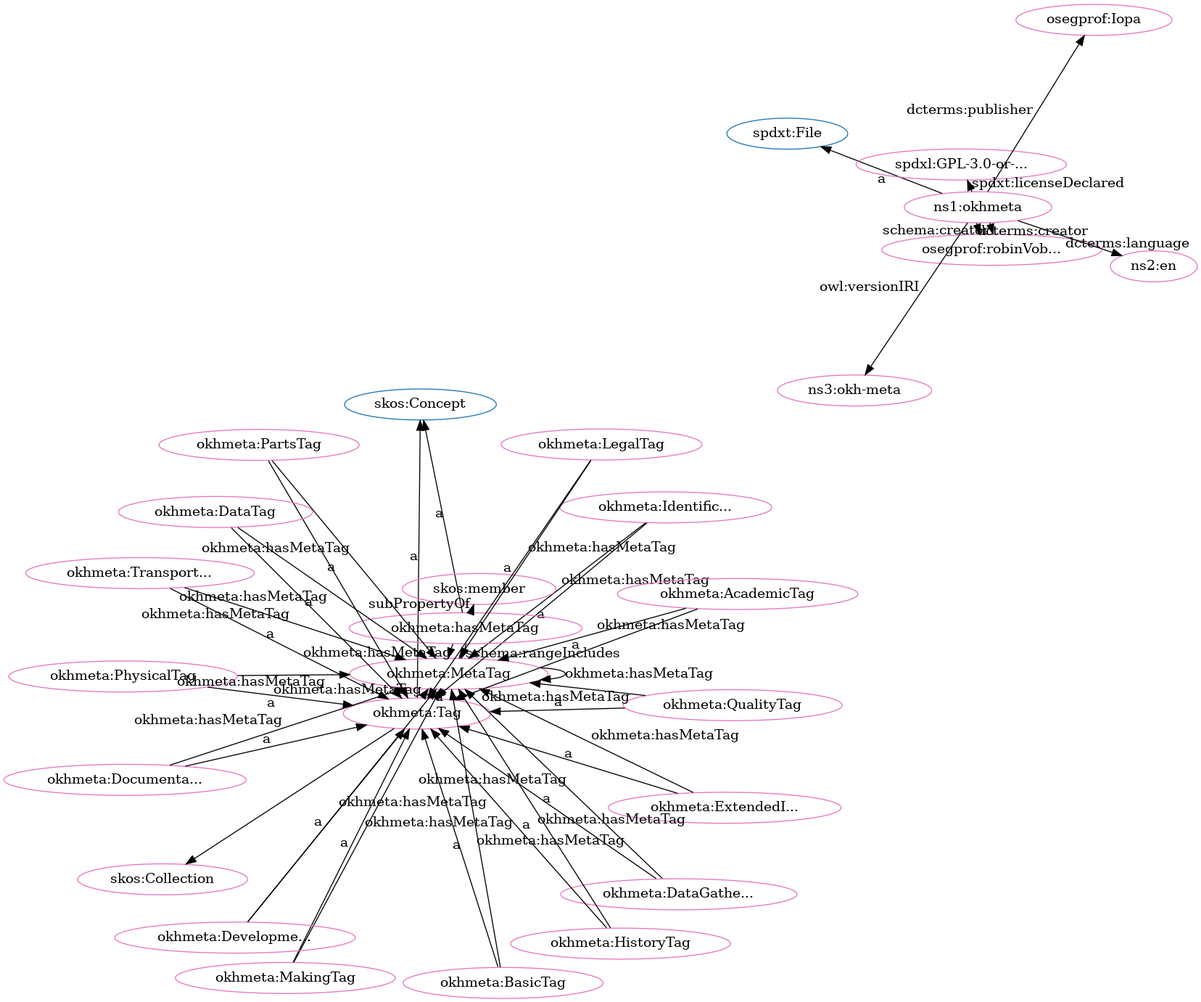
iop-alliance/OpenKnowHow keeps this Graphviz diagram as src/spec/fdp_okh-meta-clean.png. Above is the earlier version. Its source is kept beside it as src/spec/fdp_okh-meta-clean.dot.
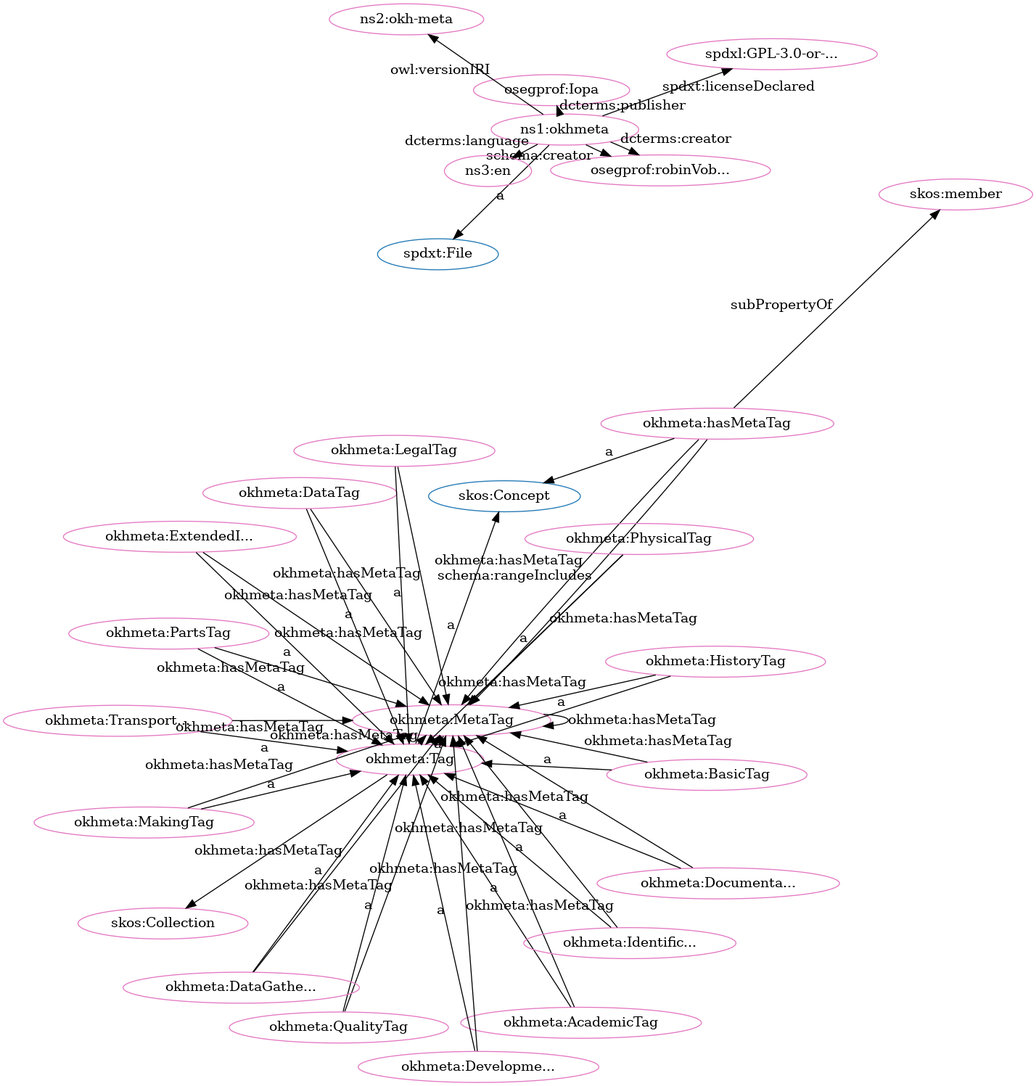
The same diagram one commit later.

What changed in the source:
```diff
@@ -2,80 +2,80 @@
   rankdir=BT
   node[height=.3]
 "http://spdx.org/rdf/terms#File" [fillcolor="#1f77b4" color="#1f77b4" label="spdxt:File"]
-"http://www.w3.org/2004/02/skos/core#Concept" [fillcolor="#1f77b4" color="#1f77b4" label="skos:Concept"]
+"https://w3id.org/oseg/ont/okhmeta#MetaTag" [fillcolor="#1f77b4" color="#1f77b4" label="okhmeta:MetaTag"]
 "https://w3id.org/oseg/ont/okhmeta#Tag" [fillcolor="#1f77b4" color="#1f77b4" label="okhmeta:Tag"]
 "http://www.w3.org/2004/02/skos/core#Collection" [fillcolor="#1f77b4" color="#1f77b4" label="skos:Collection"]
-"https://w3id.org/oseg/ont/okhmeta#MetaTag" [fillcolor="#1f77b4" color="#1f77b4" label="okhmeta:MetaTag"]
-"https://w3id.org/oseg/ont/okhmeta#IdentificationTag" [fillcolor="#e377c2" color="#e377c2" label="okhmeta:Identific..."]
-"https://w3id.org/oseg/ont/okhmeta#hasMetaTag" [fillcolor="#e377c2" color="#e377c2" label="okhmeta:hasMetaTag"]
-"https://w3id.org/oseg/ont/okhmeta#PartsTag" [fillcolor="#e377c2" color="#e377c2" label="okhmeta:PartsTag"]
+"http://www.w3.org/2004/02/skos/core#Concept" [fillcolor="#1f77b4" color="#1f77b4" label="skos:Concept"]
+"https://w3id.org/oseg/ont/okhmeta#Tag" [fillcolor="#e377c2" color="#e377c2" label="okhmeta:Tag"]
 "https://w3id.org/oseg/ont/okhmeta#MetaTag" [fillcolor="#e377c2" color="#e377c2" label="okhmeta:MetaTag"]
-"https://w3id.org/oseg/ont/okhmeta#LegalTag" [fillcolor="#e377c2" color="#e377c2" label="okhmeta:LegalTag"]
-"https://w3id.org/oseg/ont/oseg-profiles#robinVobruba" [fillcolor="#e377c2" color="#e377c2" label="osegprof:robinVob..."]
-"https://w3id.org/oseg/ont/okhmeta#Tag" [fillcolor="#e377c2" color="#e377c2" label="okhmeta:Tag"]
-"https://w3id.org/oseg/ont/okhmeta#MakingTag" [fillcolor="#e377c2" color="#e377c2" label="okhmeta:MakingTag"]
-"https://w3id.org/oseg/ont/okhmeta#QualityTag" [fillcolor="#e377c2" color="#e377c2" label="okhmeta:QualityTag"]
-"http://www.w3.org/2004/02/skos/core#Collection" [fillcolor="#e377c2" color="#e377c2" label="skos:Collection"]
-"https://w3id.org/oseg/ont/okhmeta#DataGatheringTag" [fillcolor="#e377c2" color="#e377c2" label="okhmeta:DataGathe..."]
-"https://w3id.org/oseg/ont/okhmeta#DevelopmentTag" [fillcolor="#e377c2" color="#e377c2" label="okhmeta:Developme..."]
-"https://w3id.org/oseg/ont/okhmeta#AcademicTag" [fillcolor="#e377c2" color="#e377c2" label="okhmeta:AcademicTag"]
 "https://w3id.org/oseg/ont/okhmeta" [fillcolor="#e377c2" color="#e377c2" label="ns1:okhmeta"]
 "https://w3id.org/oseg/ont/okhmeta#DataTag" [fillcolor="#e377c2" color="#e377c2" label="okhmeta:DataTag"]
+"https://w3id.org/oseg/ont/oseg-profiles#robinVobruba" [fillcolor="#e377c2" color="#e377c2" label="osegprof:robinVob..."]
+"https://w3id.org/oseg/ont/okhmeta#PartsTag" [fillcolor="#e377c2" color="#e377c2" label="okhmeta:PartsTag"]
+"https://w3id.org/oseg/ont/okhmeta#ExtendedInfoTag" [fillcolor="#e377c2" color="#e377c2" label="okhmeta:ExtendedI..."]
 "http://www.w3.org/2004/02/skos/core#member" [fillcolor="#e377c2" color="#e377c2" label="skos:member"]
+"https://w3id.org/oseg/ont/okhmeta#AcademicTag" [fillcolor="#e377c2" color="#e377c2" label="okhmeta:AcademicTag"]
+"https://w3id.org/oseg/ont/okhmeta#BasicTag" [fillcolor="#e377c2" color="#e377c2" label="okhmeta:BasicTag"]
+"https://w3id.org/oseg/ont/okhmeta#hasMetaTag" [fillcolor="#e377c2" color="#e377c2" label="okhmeta:hasMetaTag"]
+"https://w3id.org/oseg/ont/okhmeta#QualityTag" [fillcolor="#e377c2" color="#e377c2" label="okhmeta:QualityTag"]
+"https://w3id.org/oseg/ont/oseg-profiles#Iopa" [fillcolor="#e377c2" color="#e377c2" label="osegprof:Iopa"]
+"https://w3id.org/oseg/ont/okhmeta#IdentificationTag" [fillcolor="#e377c2" color="#e377c2" label="okhmeta:Identific..."]
 "https://spdx.org/licenses/GPL-3.0-or-later" [fillcolor="#e377c2" color="#e377c2" label="spdxl:GPL-3.0-or-..."]
-"http://id.loc.gov/vocabulary/iso639-1/en" [fillcolor="#e377c2" color="#e377c2" label="ns2:en"]
-"https://w3id.org/oseg/ont/oseg-profiles#Iopa" [fillcolor="#e377c2" color="#e377c2" label="osegprof:Iopa"]
-"https://w3id.org/oseg/ont/okhmeta#ExtendedInfoTag" [fillcolor="#e377c2" color="#e377c2" label="okhmeta:ExtendedI..."]
-"https://w3id.org/oseg/ont/okhmeta#BasicTag" [fillcolor="#e377c2" color="#e377c2" label="okhmeta:BasicTag"]
+"https://w3id.org/oseg/ont/okhmeta#DevelopmentTag" [fillcolor="#e377c2" color="#e377c2" label="okhmeta:Developme..."]
+"https://w3id.org/oseg/ont/okhmeta#PhysicalTag" [fillcolor="#e377c2" color="#e377c2" label="okhmeta:PhysicalTag"]
 "https://w3id.org/oseg/ont/okhmeta#DocumentationTag" [fillcolor="#e377c2" color="#e377c2" label="okhmeta:Documenta..."]
-"https://w3id.org/oseg/ont/1.1.0/okh-meta" [fillcolor="#e377c2" color="#e377c2" label="ns3:okh-meta"]
-"https://w3id.org/oseg/ont/okhmeta#PhysicalTag" [fillcolor="#e377c2" color="#e377c2" label="okhmeta:PhysicalTag"]
+"https://w3id.org/oseg/ont/okhmeta#MakingTag" [fillcolor="#e377c2" color="#e377c2" label="okhmeta:MakingTag"]
+"http://www.w3.org/2004/02/skos/core#Collection" [fillcolor="#e377c2" color="#e377c2" label="skos:Collection"]
+"https://w3id.org/oseg/ont/1.1.0/okh-meta" [fillcolor="#e377c2" color="#e377c2" label="ns2:okh-meta"]
 "https://w3id.org/oseg/ont/okhmeta#TransportationTag" [fillcolor="#e377c2" color="#e377c2" label="okhmeta:Transport..."]
+"https://w3id.org/oseg/ont/okhmeta#LegalTag" [fillcolor="#e377c2" color="#e377c2" label="okhmeta:LegalTag"]
 "https://w3id.org/oseg/ont/okhmeta#HistoryTag" [fillcolor="#e377c2" color="#e377c2" label="okhmeta:HistoryTag"]
-  "https://w3id.org/oseg/ont/okhmeta#IdentificationTag" -> "https://w3id.org/oseg/ont/okhmeta#Tag" [label="a"]
-  "https://w3id.org/oseg/ont/okhmeta#PartsTag" -> "https://w3id.org/oseg/ont/okhmeta#Tag" [label="a"]
+"http://id.loc.gov/vocabulary/iso639-1/en" [fillcolor="#e377c2" color="#e377c2" label="ns3:en"]
+"https://w3id.org/oseg/ont/okhmeta#DataGatheringTag" [fillcolor="#e377c2" color="#e377c2" label="okhmeta:DataGathe..."]
+  "https://w3id.org/oseg/ont/okhmeta#Tag" -> "http://www.w3.org/2004/02/skos/core#Concept" [label="a"]
+  "https://w3id.org/oseg/ont/okhmeta#DevelopmentTag" -> "https://w3id.org/oseg/ont/okhmeta#MetaTag" [label="okhmeta:hasMetaTag"]
+  "https://w3id.org/oseg/ont/okhmeta" -> "http://spdx.org/rdf/terms#File" [label="a"]
+  "https://w3id.org/oseg/ont/okhmeta#ExtendedInfoTag" -> "https://w3id.org/oseg/ont/okhmeta#Tag" [label="a"]
+  "https://w3id.org/oseg/ont/okhmeta#QualityTag" -> "https://w3id.org/oseg/ont/okhmeta#MetaTag" [label="okhmeta:hasMetaTag"]
+  "https://w3id.org/oseg/ont/okhmeta#hasMetaTag" -> "http://www.w3.org/2004/02/skos/core#member" [label="subPropertyOf"]
+  "https://w3id.org/oseg/ont/okhmeta#AcademicTag" -> "https://w3id.org/oseg/ont/okhmeta#Tag" [label="a"]
+  "https://w3id.org/oseg/ont/okhmeta#BasicTag" -> "https://w3id.org/oseg/ont/okhmeta#Tag" [label="a"]
+  "https://w3id.org/oseg/ont/okhmeta#IdentificationTag" -> "https://w3id.org/oseg/ont/okhmeta#MetaTag" [label="okhmeta:hasMetaTag"]
+  "https://w3id.org/oseg/ont/okhmeta" -> "https://w3id.org/oseg/ont/oseg-profiles#robinVobruba" [label="dcterms:creator"]
+  "https://w3id.org/oseg/ont/okhmeta#HistoryTag" -> "https://w3id.org/oseg/ont/okhmeta#MetaTag" [label="okhmeta:hasMetaTag"]
+  "https://w3id.org/oseg/ont/okhmeta" -> "https://w3id.org/oseg/ont/oseg-profiles#Iopa" [label="dcterms:publisher"]
+  "https://w3id.org/oseg/ont/okhmeta#hasMetaTag" -> "https://w3id.org/oseg/ont/okhmeta#MetaTag" [label="schema:rangeIncludes"]
+  "https://w3id.org/oseg/ont/okhmeta#DocumentationTag" -> "https://w3id.org/oseg/ont/okhmeta#Tag" [label="a"]
+  "https://w3id.org/oseg/ont/okhmeta#MakingTag" -> "https://w3id.org/oseg/ont/okhmeta#Tag" [label="a"]
+  "https://w3id.org/oseg/ont/okhmeta#DataTag" -> "https://w3id.org/oseg/ont/okhmeta#MetaTag" [label="okhmeta:hasMetaTag"]
+  "https://w3id.org/oseg/ont/okhmeta#TransportationTag" -> "https://w3id.org/oseg/ont/okhmeta#Tag" [label="a"]
+  "https://w3id.org/oseg/ont/okhmeta#LegalTag" -> "https://w3id.org/oseg/ont/okhmeta#Tag" [label="a"]
+  "https://w3id.org/oseg/ont/okhmeta#HistoryTag" -> "https://w3id.org/oseg/ont/okhmeta#Tag" [label="a"]
+  "https://w3id.org/oseg/ont/okhmeta#ExtendedInfoTag" -> "https://w3id.org/oseg/ont/okhmeta#MetaTag" [label="okhmeta:hasMetaTag"]
+  "https://w3id.org/oseg/ont/okhmeta#DataGatheringTag" -> "https://w3id.org/oseg/ont/okhmeta#Tag" [label="a"]
+  "https://w3id.org/oseg/ont/okhmeta#DataTag" -> "https://w3id.org/oseg/ont/okhmeta#Tag" [label="a"]
+  "https://w3id.org/oseg/ont/okhmeta#TransportationTag" -> "https://w3id.org/oseg/ont/okhmeta#MetaTag" [label="okhmeta:hasMetaTag"]
   "https://w3id.org/oseg/ont/okhmeta#DocumentationTag" -> "https://w3id.org/oseg/ont/okhmeta#MetaTag" [label="okhmeta:hasMetaTag"]
   "https://w3id.org/oseg/ont/okhmeta" -> "https://w3id.org/oseg/ont/oseg-profiles#robinVobruba" [label="schema:creator"]
+  "https://w3id.org/oseg/ont/okhmeta#PartsTag" -> "https://w3id.org/oseg/ont/okhmeta#Tag" [label="a"]
+  "https://w3id.org/oseg/ont/okhmeta#LegalTag" -> "https://w3id.org/oseg/ont/okhmeta#MetaTag" [label="okhmeta:hasMetaTag"]
+  "https://w3id.org/oseg/ont/okhmeta#hasMetaTag" -> "http://www.w3.org/2004/02/skos/core#Concept" [label="a"]
+  "https://w3id.org/oseg/ont/okhmeta#QualityTag" -> "https://w3id.org/oseg/ont/okhmeta#Tag" [label="a"]
+  "https://w3id.org/oseg/ont/okhmeta#DataGatheringTag" -> "https://w3id.org/oseg/ont/okhmeta#MetaTag" [label="okhmeta:hasMetaTag"]
+  "https://w3id.org/oseg/ont/okhmeta#BasicTag" -> "https://w3id.org/oseg/ont/okhmeta#MetaTag" [label="okhmeta:hasMetaTag"]
+  "https://w3id.org/oseg/ont/okhmeta#PartsTag" -> "https://w3id.org/oseg/ont/okhmeta#MetaTag" [label="okhmeta:hasMetaTag"]
+  "https://w3id.org/oseg/ont/okhmeta#MetaTag" -> "https://w3id.org/oseg/ont/okhmeta#Tag" [label="a"]
+  "https://w3id.org/oseg/ont/okhmeta#MakingTag" -> "https://w3id.org/oseg/ont/okhmeta#MetaTag" [label="okhmeta:hasMetaTag"]
+  "https://w3id.org/oseg/ont/okhmeta" -> "https://spdx.org/licenses/GPL-3.0-or-later" [label="spdxt:licenseDeclared"]
+  "https://w3id.org/oseg/ont/okhmeta#DevelopmentTag" -> "https://w3id.org/oseg/ont/okhmeta#Tag" [label="a"]
+  "https://w3id.org/oseg/ont/okhmeta#PhysicalTag" -> "https://w3id.org/oseg/ont/okhmeta#Tag" [label="a"]
+  "https://w3id.org/oseg/ont/okhmeta#Tag" -> "https://w3id.org/oseg/ont/okhmeta#MetaTag" [label="okhmeta:hasMetaTag"]
+  "https://w3id.org/oseg/ont/okhmeta#Tag" -> "http://www.w3.org/2004/02/skos/core#Collection" [label=""]
+  "https://w3id.org/oseg/ont/okhmeta" -> "https://w3id.org/oseg/ont/1.1.0/okh-meta" [label="owl:versionIRI"]
+  "https://w3id.org/oseg/ont/okhmeta#MetaTag" -> "https://w3id.org/oseg/ont/okhmeta#MetaTag" [label="okhmeta:hasMetaTag"]
+  "https://w3id.org/oseg/ont/okhmeta#hasMetaTag" -> "https://w3id.org/oseg/ont/okhmeta#MetaTag" [label="okhmeta:hasMetaTag"]
+  "https://w3id.org/oseg/ont/okhmeta#AcademicTag" -> "https://w3id.org/oseg/ont/okhmeta#MetaTag" [label="okhmeta:hasMetaTag"]
   "https://w3id.org/oseg/ont/okhmeta#PhysicalTag" -> "https://w3id.org/oseg/ont/okhmeta#MetaTag" [label="okhmeta:hasMetaTag"]
-  "https://w3id.org/oseg/ont/okhmeta#Tag" -> "http://www.w3.org/2004/02/skos/core#Concept" [label="a"]
-  "https://w3id.org/oseg/ont/okhmeta#MakingTag" -> "https://w3id.org/oseg/ont/okhmeta#Tag" [label="a"]
-  "https://w3id.org/oseg/ont/okhmeta#AcademicTag" -> "https://w3id.org/oseg/ont/okhmeta#MetaTag" [label="okhmeta:hasMetaTag"]
-  "https://w3id.org/oseg/ont/okhmeta#DataGatheringTag" -> "https://w3id.org/oseg/ont/okhmeta#Tag" [label="a"]
-  "https://w3id.org/oseg/ont/okhmeta#AcademicTag" -> "https://w3id.org/oseg/ont/okhmeta#Tag" [label="a"]
-  "https://w3id.org/oseg/ont/okhmeta#LegalTag" -> "https://w3id.org/oseg/ont/okhmeta#MetaTag" [label="okhmeta:hasMetaTag"]
-  "https://w3id.org/oseg/ont/okhmeta" -> "http://spdx.org/rdf/terms#File" [label="a"]
-  "https://w3id.org/oseg/ont/okhmeta#BasicTag" -> "https://w3id.org/oseg/ont/okhmeta#MetaTag" [label="okhmeta:hasMetaTag"]
-  "https://w3id.org/oseg/ont/okhmeta" -> "https://spdx.org/licenses/GPL-3.0-or-later" [label="spdxt:licenseDeclared"]
   "https://w3id.org/oseg/ont/okhmeta" -> "http://id.loc.gov/vocabulary/iso639-1/en" [label="dcterms:language"]
-  "https://w3id.org/oseg/ont/okhmeta#QualityTag" -> "https://w3id.org/oseg/ont/okhmeta#MetaTag" [label="okhmeta:hasMetaTag"]
-  "https://w3id.org/oseg/ont/okhmeta#DocumentationTag" -> "https://w3id.org/oseg/ont/okhmeta#Tag" [label="a"]
-  "https://w3id.org/oseg/ont/okhmeta#PhysicalTag" -> "https://w3id.org/oseg/ont/okhmeta#Tag" [label="a"]
-  "https://w3id.org/oseg/ont/okhmeta#DataGatheringTag" -> "https://w3id.org/oseg/ont/okhmeta#MetaTag" [label="okhmeta:hasMetaTag"]
-  "https://w3id.org/oseg/ont/okhmeta" -> "https://w3id.org/oseg/ont/oseg-profiles#robinVobruba" [label="dcterms:creator"]
-  "https://w3id.org/oseg/ont/okhmeta#hasMetaTag" -> "http://www.w3.org/2004/02/skos/core#Concept" [label="a"]
-  "https://w3id.org/oseg/ont/okhmeta#Tag" -> "https://w3id.org/oseg/ont/okhmeta#MetaTag" [label="okhmeta:hasMetaTag"]
-  "https://w3id.org/oseg/ont/okhmeta#LegalTag" -> "https://w3id.org/oseg/ont/okhmeta#Tag" [label="a"]
-  "https://w3id.org/oseg/ont/okhmeta#MetaTag" -> "https://w3id.org/oseg/ont/okhmeta#MetaTag" [label="okhmeta:hasMetaTag"]
-  "https://w3id.org/oseg/ont/okhmeta#MakingTag" -> "https://w3id.org/oseg/ont/okhmeta#MetaTag" [label="okhmeta:hasMetaTag"]
-  "https://w3id.org/oseg/ont/okhmeta#MetaTag" -> "https://w3id.org/oseg/ont/okhmeta#Tag" [label="a"]
-  "https://w3id.org/oseg/ont/okhmeta#hasMetaTag" -> "https://w3id.org/oseg/ont/okhmeta#MetaTag" [label="schema:rangeIncludes"]
-  "https://w3id.org/oseg/ont/okhmeta#IdentificationTag" -> "https://w3id.org/oseg/ont/okhmeta#MetaTag" [label="okhmeta:hasMetaTag"]
-  "https://w3id.org/oseg/ont/okhmeta#QualityTag" -> "https://w3id.org/oseg/ont/okhmeta#Tag" [label="a"]
-  "https://w3id.org/oseg/ont/okhmeta#TransportationTag" -> "https://w3id.org/oseg/ont/okhmeta#MetaTag" [label="okhmeta:hasMetaTag"]
-  "https://w3id.org/oseg/ont/okhmeta#PartsTag" -> "https://w3id.org/oseg/ont/okhmeta#MetaTag" [label="okhmeta:hasMetaTag"]
-  "https://w3id.org/oseg/ont/okhmeta#hasMetaTag" -> "https://w3id.org/oseg/ont/okhmeta#MetaTag" [label="okhmeta:hasMetaTag"]
-  "https://w3id.org/oseg/ont/okhmeta#DataTag" -> "https://w3id.org/oseg/ont/okhmeta#MetaTag" [label="okhmeta:hasMetaTag"]
-  "https://w3id.org/oseg/ont/okhmeta#DevelopmentTag" -> "https://w3id.org/oseg/ont/okhmeta#Tag" [label="a"]
-  "https://w3id.org/oseg/ont/okhmeta#DevelopmentTag" -> "https://w3id.org/oseg/ont/okhmeta#MetaTag" [label="okhmeta:hasMetaTag"]
-  "https://w3id.org/oseg/ont/okhmeta#DataTag" -> "https://w3id.org/oseg/ont/okhmeta#Tag" [label="a"]
-  "https://w3id.org/oseg/ont/okhmeta#ExtendedInfoTag" -> "https://w3id.org/oseg/ont/okhmeta#MetaTag" [label="okhmeta:hasMetaTag"]
-  "https://w3id.org/oseg/ont/okhmeta#hasMetaTag" -> "http://www.w3.org/2004/02/skos/core#member" [label="subPropertyOf"]
-  "https://w3id.org/oseg/ont/okhmeta" -> "https://w3id.org/oseg/ont/oseg-profiles#Iopa" [label="dcterms:publisher"]
-  "https://w3id.org/oseg/ont/okhmeta#ExtendedInfoTag" -> "https://w3id.org/oseg/ont/okhmeta#Tag" [label="a"]
-  "https://w3id.org/oseg/ont/okhmeta#BasicTag" -> "https://w3id.org/oseg/ont/okhmeta#Tag" [label="a"]
-  "https://w3id.org/oseg/ont/okhmeta#HistoryTag" -> "https://w3id.org/oseg/ont/okhmeta#MetaTag" [label="okhmeta:hasMetaTag"]
-  "https://w3id.org/oseg/ont/okhmeta" -> "https://w3id.org/oseg/ont/1.1.0/okh-meta" [label="owl:versionIRI"]
-  "https://w3id.org/oseg/ont/okhmeta#TransportationTag" -> "https://w3id.org/oseg/ont/okhmeta#Tag" [label="a"]
-  "https://w3id.org/oseg/ont/okhmeta#HistoryTag" -> "https://w3id.org/oseg/ont/okhmeta#Tag" [label="a"]
-  "https://w3id.org/oseg/ont/okhmeta#Tag" -> "http://www.w3.org/2004/02/skos/core#Collection" [label=""]
+  "https://w3id.org/oseg/ont/okhmeta#IdentificationTag" -> "https://w3id.org/oseg/ont/okhmeta#Tag" [label="a"]
 }
```
